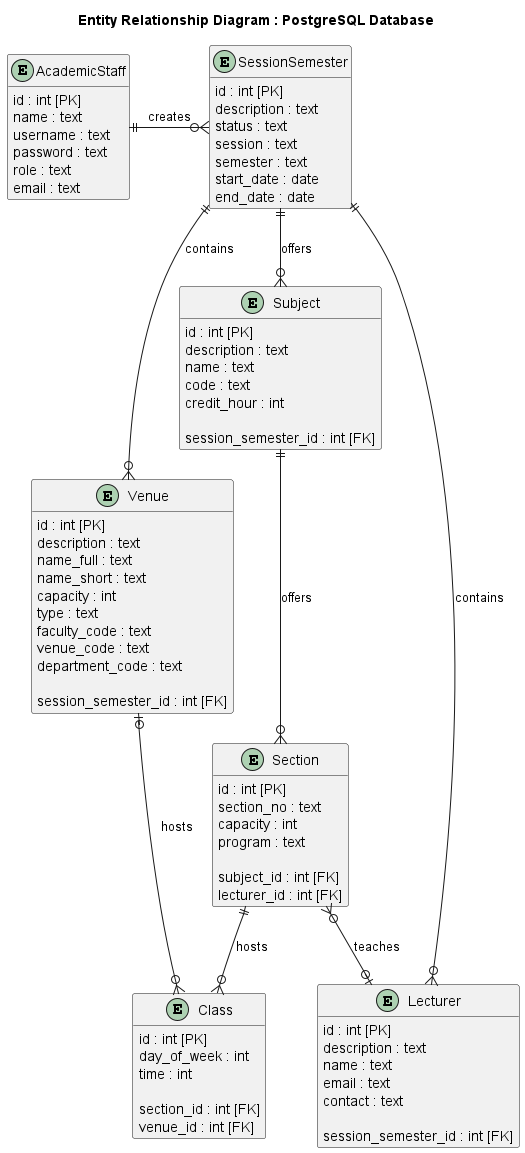
Above: diagrams/erd/erd/Entity Relationship Diagram.png in AdmiJW/UTM-FC-Scheduler-UML (PlantUML), before the change.
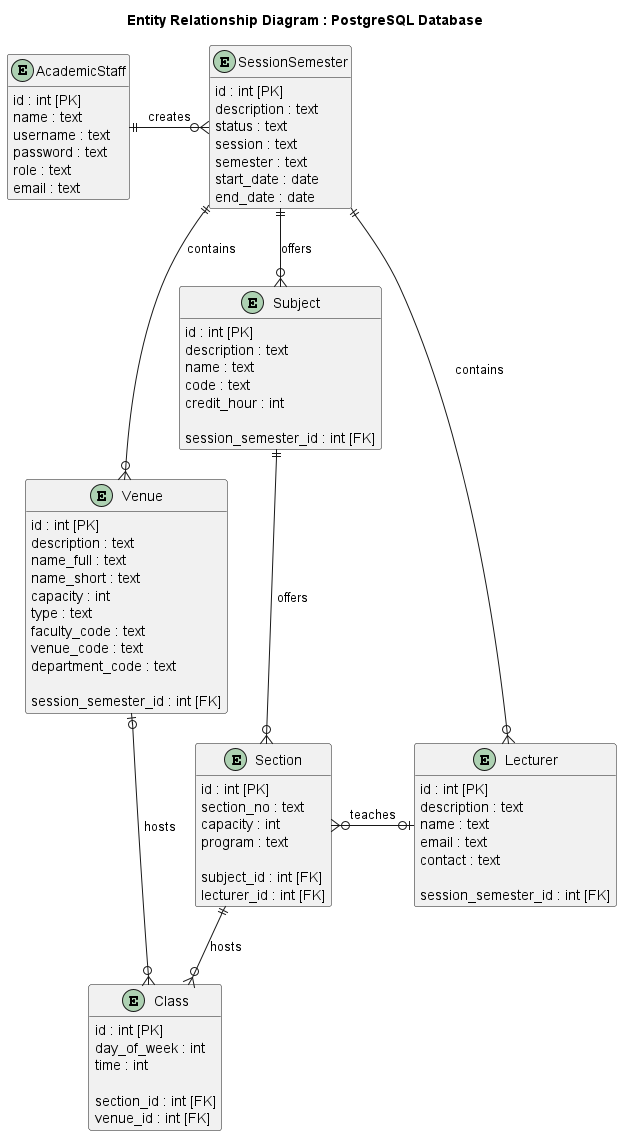
Later version of the same file.

Commit message:
JW: ERD and Architecture

What changed in the source:
```diff
@@ -88,11 +88,11 @@
 
 AcademicStaff ||-o{ SessionSemester : "creates"
 SessionSemester ||--o{ Venue : "contains"
-SessionSemester ||--o{ Lecturer : "contains"
+SessionSemester ||-o{ Lecturer : "contains"
 SessionSemester ||--o{ Subject : "offers"
 Subject ||--o{ Section : "offers"
 Section ||--o{ Class : "hosts"
-Section }o--o| Lecturer : "teaches"
+Section }o-o| Lecturer : "teaches"
 Venue |o--o{ Class : "hosts"
 
 
```
